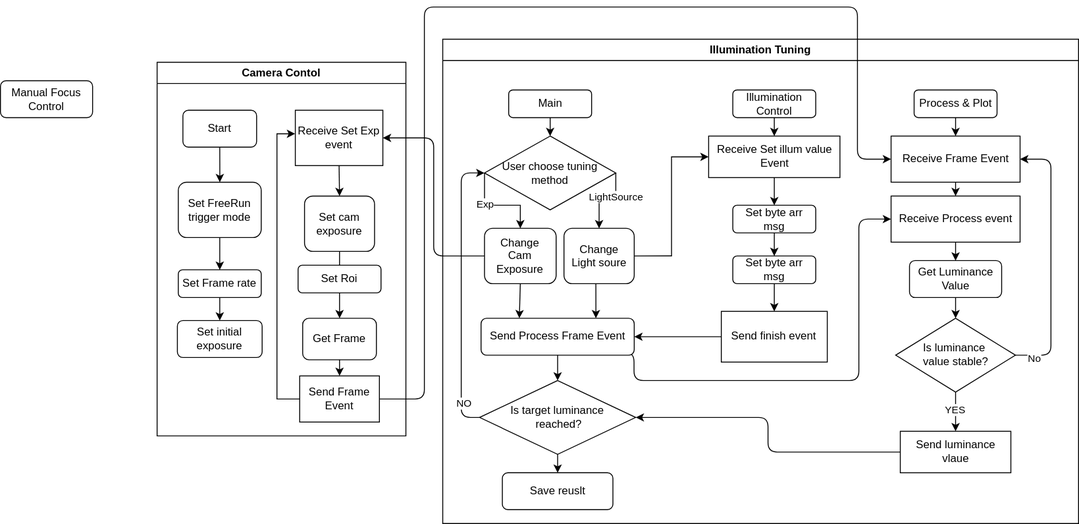
This is VSAM1.drawio.svg from TONiiV/flowcharts, a draw.io export, as it was before one commit. Source tidied: cells renumbered, new cells last; positions are measured from the earlier drawing's top-left corner, leaving out a move shared by most shapes.
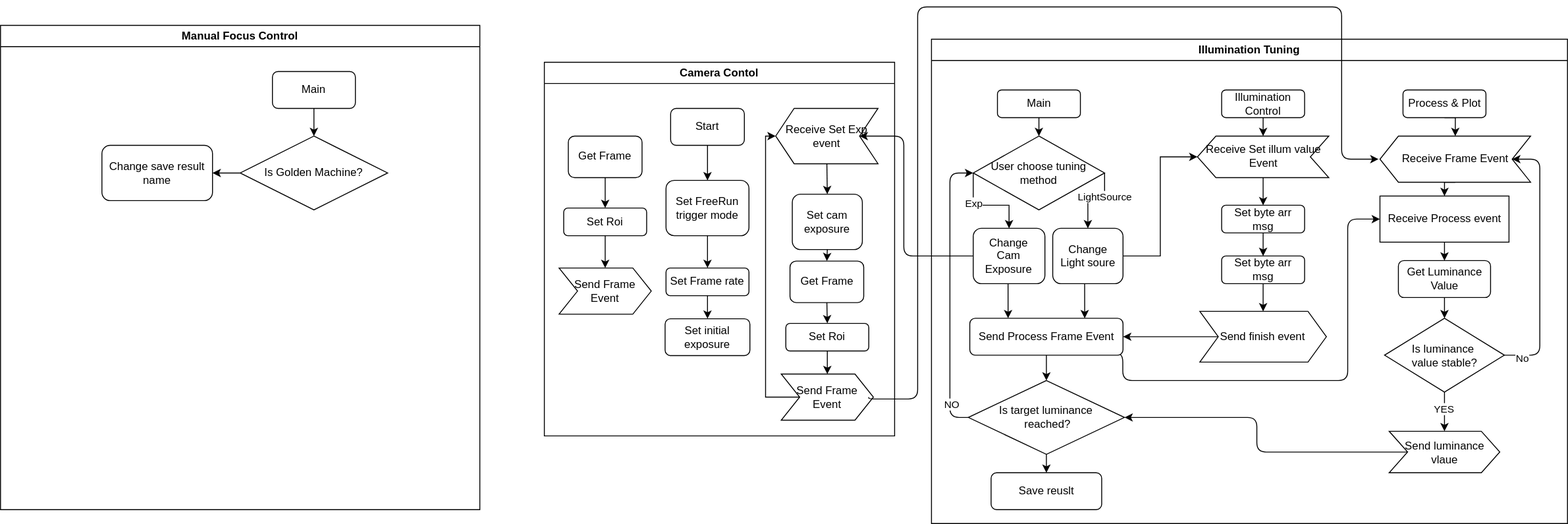
Later version of the same file.

What changed in the source:
```diff
@@ -2,9 +2,6 @@
   <root>
     <mxCell id="0" />
     <mxCell id="1" parent="0" />
-    <mxCell id="2" value="Manual Focus Control" style="rounded=1;whiteSpace=wrap;html=1;" parent="1" vertex="1">
-      <mxGeometry y="80" width="100" height="40" as="geometry" />
-    </mxCell>
     <mxCell id="3" value="Illumination Tuning" style="swimlane;whiteSpace=wrap;html=1;" parent="1" vertex="1">
       <mxGeometry x="480" y="35" width="690" height="525" as="geometry" />
     </mxCell>
@@ -41,14 +38,14 @@
     <mxCell id="14" style="edgeStyle=orthogonalEdgeStyle;rounded=0;jettySize=auto;html=1;exitX=0.5;exitY=1;exitDx=0;exitDy=0;entryX=0.5;entryY=0;entryDx=0;entryDy=0;" parent="3" edge="1" source="15" target="11">
       <mxGeometry relative="1" as="geometry" />
     </mxCell>
-    <mxCell id="15" value="Receive Set illum value Event" style="whiteSpace=wrap;html=1;rounded=0;" parent="3" vertex="1">
+    <mxCell id="15" value="Receive Set illum value Event" style="whiteSpace=wrap;html=1;rounded=0;shape=step;perimeter=stepPerimeter;fixedSize=1;flipH=1;" parent="3" vertex="1">
       <mxGeometry x="288.6" y="105" width="142.5" height="45" as="geometry" />
     </mxCell>
     <mxCell id="16" style="edgeStyle=orthogonalEdgeStyle;rounded=0;jettySize=auto;html=1;exitX=0;exitY=0.5;exitDx=0;exitDy=0;entryX=1;entryY=0.5;entryDx=0;entryDy=0;" parent="3" edge="1" source="17" target="30">
       <mxGeometry relative="1" as="geometry" />
     </mxCell>
-    <mxCell id="17" value="Send finish event" style="whiteSpace=wrap;html=1;rounded=0;" parent="3" vertex="1">
-      <mxGeometry x="302.3" y="295" width="115" height="55" as="geometry" />
+    <mxCell id="17" value="Send finish event" style="whiteSpace=wrap;html=1;rounded=0;shape=step;perimeter=stepPerimeter;fixedSize=1;" parent="3" vertex="1">
+      <mxGeometry x="291.1" y="295" width="137.3" height="55" as="geometry" />
     </mxCell>
     <mxCell id="18" style="edgeStyle=orthogonalEdgeStyle;rounded=0;jettySize=auto;html=1;exitX=0;exitY=0.5;exitDx=0;exitDy=0;entryX=0.5;entryY=0;entryDx=0;entryDy=0;" parent="3" edge="1" source="22" target="27">
       <mxGeometry relative="1" as="geometry">
@@ -119,8 +116,8 @@
     <mxCell id="33" style="edgeStyle=orthogonalEdgeStyle;rounded=0;jettySize=auto;html=1;exitX=0.5;exitY=1;exitDx=0;exitDy=0;entryX=0.5;entryY=0;entryDx=0;entryDy=0;" parent="3" edge="1" source="34" target="32">
       <mxGeometry relative="1" as="geometry" />
     </mxCell>
-    <mxCell id="34" value="Receive Frame Event" style="whiteSpace=wrap;html=1;rounded=0;" parent="3" vertex="1">
-      <mxGeometry x="486.6" y="105" width="140" height="50" as="geometry" />
+    <mxCell id="34" value="Receive Frame Event" style="whiteSpace=wrap;html=1;rounded=0;shape=step;perimeter=stepPerimeter;fixedSize=1;flipH=1;" parent="3" vertex="1">
+      <mxGeometry x="486.6" y="105" width="163.4" height="50" as="geometry" />
     </mxCell>
     <mxCell id="35" style="edgeStyle=orthogonalEdgeStyle;rounded=1;jettySize=auto;html=1;exitX=0;exitY=0.5;exitDx=0;exitDy=0;entryX=0;entryY=0.5;entryDx=0;entryDy=0;curved=0;" parent="3" edge="1" source="38" target="22">
       <mxGeometry relative="1" as="geometry">
@@ -172,26 +169,31 @@
     <mxCell id="46" style="edgeStyle=orthogonalEdgeStyle;rounded=1;jettySize=auto;html=1;exitX=0;exitY=0.5;exitDx=0;exitDy=0;entryX=1;entryY=0.5;entryDx=0;entryDy=0;curved=0;" parent="3" edge="1" source="47" target="38">
       <mxGeometry relative="1" as="geometry" />
     </mxCell>
-    <mxCell id="47" value="Send luminance vlaue" style="rounded=0;whiteSpace=wrap;html=1;" parent="3" vertex="1">
+    <mxCell id="47" value="Send luminance vlaue" style="rounded=0;whiteSpace=wrap;html=1;shape=step;perimeter=stepPerimeter;fixedSize=1;" parent="3" vertex="1">
       <mxGeometry x="496.6" y="425" width="120" height="45" as="geometry" />
     </mxCell>
     <mxCell id="48" value="Save reuslt" style="rounded=1;whiteSpace=wrap;html=1;" parent="3" vertex="1">
       <mxGeometry x="64.7" y="470" width="120" height="40" as="geometry" />
     </mxCell>
     <mxCell id="49" style="edgeStyle=orthogonalEdgeStyle;rounded=1;jettySize=auto;html=1;exitX=0;exitY=0.5;exitDx=0;exitDy=0;entryX=1;entryY=0.5;entryDx=0;entryDy=0;curved=0;" parent="1" edge="1" source="27" target="62">
-      <mxGeometry relative="1" as="geometry" />
+      <mxGeometry relative="1" as="geometry">
+        <Array as="points">
+          <mxPoint x="450" y="270" />
+          <mxPoint x="450" y="140" />
+        </Array>
+      </mxGeometry>
     </mxCell>
-    <mxCell id="50" value="Camera Contol" style="swimlane;whiteSpace=wrap;html=1;" parent="1" vertex="1">
-      <mxGeometry x="170" y="60" width="270" height="405" as="geometry" />
+    <mxCell id="50" value="Camera Contol" style="swimlane;whiteSpace=wrap;html=1;flipH=0;" parent="1" vertex="1">
+      <mxGeometry x="60" y="60" width="380" height="405" as="geometry" />
     </mxCell>
     <mxCell id="51" value="Start" style="rounded=1;whiteSpace=wrap;html=1;" parent="50" vertex="1">
-      <mxGeometry x="28" y="52" width="80" height="40" as="geometry" />
+      <mxGeometry x="137" y="50" width="80" height="40" as="geometry" />
     </mxCell>
     <mxCell id="52" style="edgeStyle=orthogonalEdgeStyle;rounded=0;jettySize=auto;html=1;exitX=0.5;exitY=1;exitDx=0;exitDy=0;entryX=0.5;entryY=0;entryDx=0;entryDy=0;" parent="50" edge="1" source="53" target="58">
       <mxGeometry relative="1" as="geometry" />
     </mxCell>
     <mxCell id="53" value="Set FreeRun trigger mode" style="rounded=1;whiteSpace=wrap;html=1;" parent="50" vertex="1">
-      <mxGeometry x="23" y="130" width="90" height="60" as="geometry" />
+      <mxGeometry x="132" y="128" width="90" height="60" as="geometry" />
     </mxCell>
     <mxCell id="54" style="edgeStyle=orthogonalEdgeStyle;rounded=0;jettySize=auto;html=1;exitX=0.5;exitY=1;exitDx=0;exitDy=0;" parent="50" edge="1" source="51" target="53">
       <mxGeometry relative="1" as="geometry" />
@@ -200,52 +202,91 @@
       <mxGeometry relative="1" as="geometry" />
     </mxCell>
     <mxCell id="56" value="Set cam exposure" style="rounded=1;whiteSpace=wrap;html=1;" parent="50" vertex="1">
-      <mxGeometry x="160" y="145" width="76" height="60" as="geometry" />
+      <mxGeometry x="269" y="143" width="76" height="60" as="geometry" />
     </mxCell>
     <mxCell id="57" style="edgeStyle=orthogonalEdgeStyle;rounded=0;jettySize=auto;html=1;exitX=0.5;exitY=1;exitDx=0;exitDy=0;entryX=0.5;entryY=0;entryDx=0;entryDy=0;" parent="50" edge="1" source="58" target="64">
       <mxGeometry relative="1" as="geometry" />
     </mxCell>
     <mxCell id="58" value="Set Frame rate" style="rounded=1;whiteSpace=wrap;html=1;" parent="50" vertex="1">
-      <mxGeometry x="23" y="225" width="90" height="30" as="geometry" />
+      <mxGeometry x="132" y="223" width="90" height="30" as="geometry" />
     </mxCell>
-    <mxCell id="59" style="edgeStyle=orthogonalEdgeStyle;rounded=0;jettySize=auto;html=1;exitX=0.5;exitY=1;exitDx=0;exitDy=0;entryX=0.5;entryY=0;entryDx=0;entryDy=0;" parent="50" edge="1" source="60" target="65">
+    <mxCell id="59" style="edgeStyle=orthogonalEdgeStyle;rounded=0;jettySize=auto;html=1;exitX=0.5;exitY=1;exitDx=0;exitDy=0;entryX=0.5;entryY=0;entryDx=0;entryDy=0;" parent="50" edge="1" source="63" target="65">
       <mxGeometry relative="1" as="geometry" />
     </mxCell>
     <mxCell id="60" value="Get Frame" style="rounded=1;whiteSpace=wrap;html=1;" parent="50" vertex="1">
-      <mxGeometry x="158" y="277.5" width="80" height="45" as="geometry" />
+      <mxGeometry x="266.5" y="215.5" width="80" height="45" as="geometry" />
     </mxCell>
     <mxCell id="61" style="edgeStyle=orthogonalEdgeStyle;rounded=0;jettySize=auto;html=1;exitX=0.5;exitY=1;exitDx=0;exitDy=0;entryX=0.5;entryY=0;entryDx=0;entryDy=0;" parent="50" edge="1" source="62" target="56">
       <mxGeometry relative="1" as="geometry" />
     </mxCell>
-    <mxCell id="62" value="Receive Set Exp event" style="rounded=0;whiteSpace=wrap;html=1;" parent="50" vertex="1">
-      <mxGeometry x="150" y="52" width="95" height="60" as="geometry" />
+    <mxCell id="62" value="Receive Set Exp event" style="rounded=0;whiteSpace=wrap;html=1;shape=step;fixedSize=1;perimeter=stepPerimeter;flipH=1;" parent="50" vertex="1">
+      <mxGeometry x="251" y="50" width="111" height="60" as="geometry" />
     </mxCell>
-    <mxCell id="63" value="Set Roi" style="rounded=1;whiteSpace=wrap;html=1;" parent="50" vertex="1">
-      <mxGeometry x="153" y="220" width="90" height="30" as="geometry" />
-    </mxCell>
     <mxCell id="64" value="Set initial exposure" style="rounded=1;whiteSpace=wrap;html=1;" parent="50" vertex="1">
-      <mxGeometry x="22" y="280" width="92" height="40" as="geometry" />
+      <mxGeometry x="131" y="278" width="92" height="40" as="geometry" />
     </mxCell>
-    <mxCell id="65" value="Send Frame Event" style="rounded=0;whiteSpace=wrap;html=1;" parent="50" vertex="1">
-      <mxGeometry x="154.8" y="340" width="86.5" height="50" as="geometry" />
+    <mxCell id="65" value="Send Frame Event" style="rounded=0;whiteSpace=wrap;html=1;shape=step;perimeter=stepPerimeter;fixedSize=1;flipH=0;" parent="50" vertex="1">
+      <mxGeometry x="257" y="338" width="100" height="50" as="geometry" />
     </mxCell>
-    <mxCell id="66" style="edgeStyle=orthogonalEdgeStyle;rounded=0;jettySize=auto;html=1;entryX=-0.002;entryY=0.425;entryDx=0;entryDy=0;entryPerimeter=0;" parent="50" edge="1" source="65" target="62">
+    <mxCell id="66" style="edgeStyle=orthogonalEdgeStyle;rounded=0;jettySize=auto;html=1;entryX=0;entryY=0.5;entryDx=0;entryDy=0;" parent="50" edge="1" source="65" target="62">
       <mxGeometry relative="1" as="geometry">
         <Array as="points">
-          <mxPoint x="130" y="365" />
-          <mxPoint x="130" y="78" />
+          <mxPoint x="240" y="363" />
+          <mxPoint x="240" y="80" />
         </Array>
       </mxGeometry>
     </mxCell>
+    <mxCell id="68" style="edgeStyle=orthogonalEdgeStyle;rounded=0;jettySize=auto;html=1;exitX=0.5;exitY=1;exitDx=0;exitDy=0;entryX=0.5;entryY=0;entryDx=0;entryDy=0;" parent="50" edge="1" source="69" target="71">
+      <mxGeometry relative="1" as="geometry" />
+    </mxCell>
+    <mxCell id="69" value="Get Frame" style="rounded=1;whiteSpace=wrap;html=1;" parent="50" vertex="1">
+      <mxGeometry x="26" y="80" width="80" height="45" as="geometry" />
+    </mxCell>
+    <mxCell id="70" style="edgeStyle=orthogonalEdgeStyle;rounded=0;jettySize=auto;html=1;exitX=0.5;exitY=1;exitDx=0;exitDy=0;entryX=0.5;entryY=0;entryDx=0;entryDy=0;" parent="50" edge="1" source="71" target="72">
+      <mxGeometry relative="1" as="geometry" />
+    </mxCell>
+    <mxCell id="71" value="Set Roi" style="rounded=1;whiteSpace=wrap;html=1;" parent="50" vertex="1">
+      <mxGeometry x="21" y="158" width="90" height="30" as="geometry" />
+    </mxCell>
+    <mxCell id="72" value="Send Frame Event" style="rounded=0;whiteSpace=wrap;html=1;shape=step;perimeter=stepPerimeter;fixedSize=1;" parent="50" vertex="1">
+      <mxGeometry x="16" y="223" width="100" height="50" as="geometry" />
+    </mxCell>
+    <mxCell id="73" style="edgeStyle=orthogonalEdgeStyle;rounded=0;jettySize=auto;html=1;exitX=0.5;exitY=1;exitDx=0;exitDy=0;entryX=0.5;entryY=0;entryDx=0;entryDy=0;" parent="50" edge="1" source="60" target="63">
+      <mxGeometry relative="1" as="geometry" />
+    </mxCell>
+    <mxCell id="63" value="Set Roi" style="rounded=1;whiteSpace=wrap;html=1;" parent="50" vertex="1">
+      <mxGeometry x="262" y="283" width="90" height="30" as="geometry" />
+    </mxCell>
-    <mxCell id="67" style="edgeStyle=orthogonalEdgeStyle;rounded=1;jettySize=auto;html=1;exitX=1;exitY=0.5;exitDx=0;exitDy=0;entryX=0;entryY=0.5;entryDx=0;entryDy=0;curved=0;" parent="1" edge="1" source="65" target="34">
+    <mxCell id="67" style="edgeStyle=orthogonalEdgeStyle;rounded=1;orthogonalLoop=1;jettySize=auto;html=1;exitX=1;exitY=0.5;exitDx=0;exitDy=0;curved=0;" parent="1" edge="1">
       <mxGeometry relative="1" as="geometry">
+        <mxPoint x="412" y="423" as="sourcePoint" />
+        <mxPoint x="965" y="165" as="targetPoint" />
         <Array as="points">
-          <mxPoint x="460" y="425" />
-          <mxPoint x="460" />
-          <mxPoint x="930" />
-          <mxPoint x="930" y="165" />
+          <mxPoint x="412" y="425" />
+          <mxPoint x="465" y="425" />
+          <mxPoint x="465" />
+          <mxPoint x="925" />
+          <mxPoint x="925" y="165" />
         </Array>
       </mxGeometry>
     </mxCell>
+    <mxCell id="2" value="Manual Focus Control" style="swimlane;whiteSpace=wrap;html=1;" parent="1" vertex="1">
+      <mxGeometry x="-530" y="20" width="520" height="525" as="geometry" />
+    </mxCell>
+    <mxCell id="74" style="edgeStyle=orthogonalEdgeStyle;rounded=0;jettySize=auto;html=1;exitX=0.5;exitY=1;exitDx=0;exitDy=0;entryX=0.5;entryY=0;entryDx=0;entryDy=0;" parent="2" edge="1" source="75" target="77">
+      <mxGeometry relative="1" as="geometry" />
+    </mxCell>
+    <mxCell id="75" value="Main" style="rounded=1;whiteSpace=wrap;html=1;" parent="2" vertex="1">
+      <mxGeometry x="295" y="50" width="90" height="40" as="geometry" />
+    </mxCell>
+    <mxCell id="76" style="edgeStyle=orthogonalEdgeStyle;rounded=0;jettySize=auto;html=1;exitX=0;exitY=0.5;exitDx=0;exitDy=0;entryX=1;entryY=0.5;entryDx=0;entryDy=0;" parent="2" edge="1" source="77" target="78">
+      <mxGeometry relative="1" as="geometry" />
+    </mxCell>
+    <mxCell id="77" value="Is Golden Machine?" style="rhombus;whiteSpace=wrap;html=1;" parent="2" vertex="1">
+      <mxGeometry x="260" y="120" width="160" height="80" as="geometry" />
+    </mxCell>
+    <mxCell id="78" value="Change save result name" style="rounded=1;whiteSpace=wrap;html=1;" parent="2" vertex="1">
+      <mxGeometry x="110" y="130" width="120" height="60" as="geometry" />
+    </mxCell>
   </root>
 </mxGraphModel>
```
